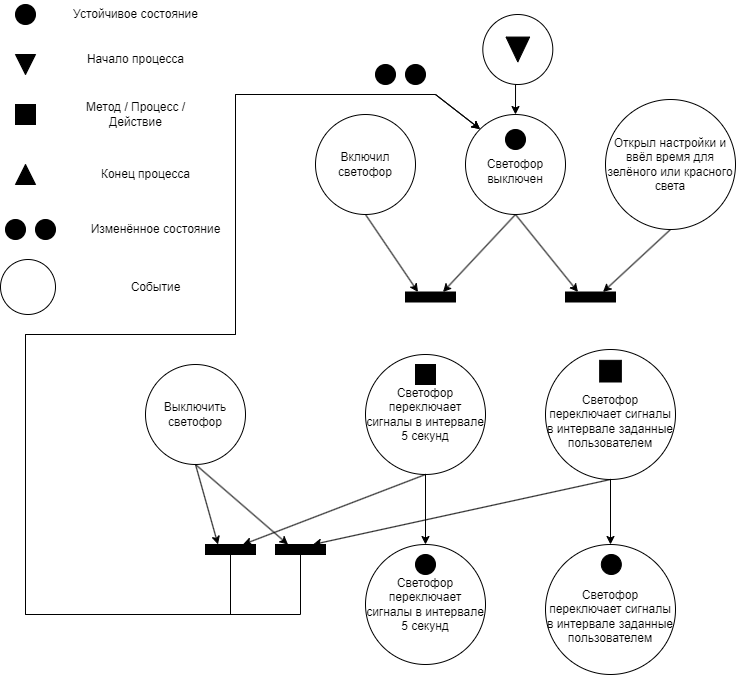
Tarxyn/web-prog keeps this draw.io diagram as схема-4 задание.drawio.png. Above is the earlier version. Source tidied: cells renumbered, new cells last; positions are measured from the earlier drawing's top-left corner, leaving out a move shared by most shapes.
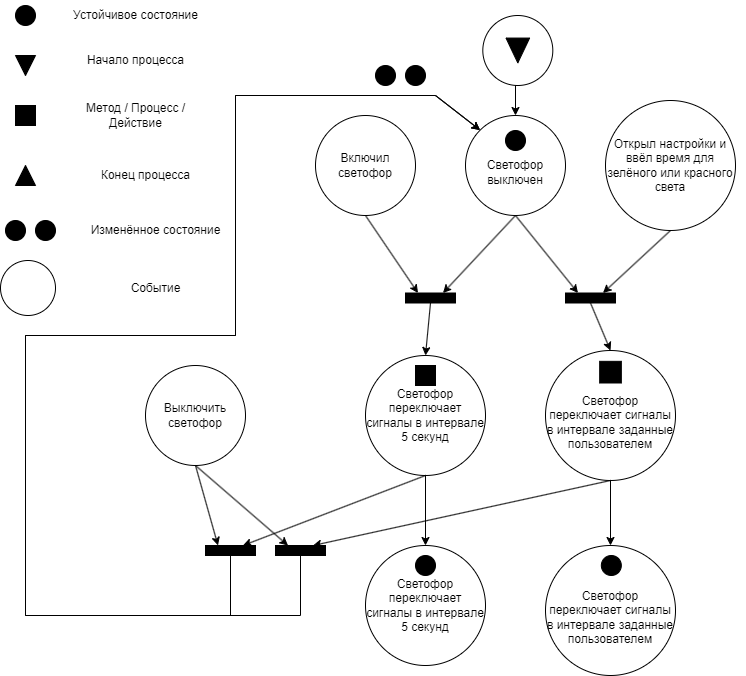
The same file after the commit.

Diff of the diagram source:
```diff
@@ -89,9 +89,15 @@
     <mxCell id="28" value="Открыл настройки и ввёл время для зелёного или красного света&lt;div&gt;&lt;/div&gt;" style="ellipse;whiteSpace=wrap;html=1;" parent="27" vertex="1">
       <mxGeometry x="-10" y="-5" width="130" height="130" as="geometry" />
     </mxCell>
+    <mxCell id="62" style="rounded=0;jettySize=auto;html=1;exitX=0.5;exitY=1;exitDx=0;exitDy=0;entryX=0.5;entryY=0;entryDx=0;entryDy=0;" parent="1" edge="1" source="29" target="32">
+      <mxGeometry relative="1" as="geometry" />
+    </mxCell>
     <mxCell id="29" style="rounded=0;whiteSpace=wrap;html=1;fillColor=#000000;" parent="1" vertex="1">
       <mxGeometry x="405" y="292.5" width="50" height="10" as="geometry" />
     </mxCell>
+    <mxCell id="63" style="rounded=0;jettySize=auto;html=1;exitX=0.5;exitY=1;exitDx=0;exitDy=0;entryX=0.5;entryY=0;entryDx=0;entryDy=0;" parent="1" edge="1" source="30" target="35">
+      <mxGeometry relative="1" as="geometry" />
+    </mxCell>
     <mxCell id="30" style="rounded=0;whiteSpace=wrap;html=1;fillColor=#000000;" parent="1" vertex="1">
       <mxGeometry x="565" y="292.5" width="50" height="10" as="geometry" />
     </mxCell>
```
